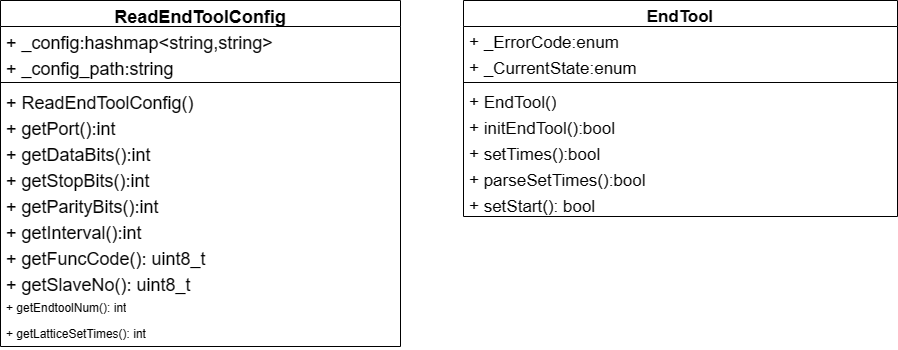
Before: 理疗头类图.drawio.png, a diagram exported from draw.io (Durpe/Drawio). Source tidied: cells renumbered, new cells last; positions are measured from the earlier drawing's top-left corner, leaving out a move shared by most shapes.
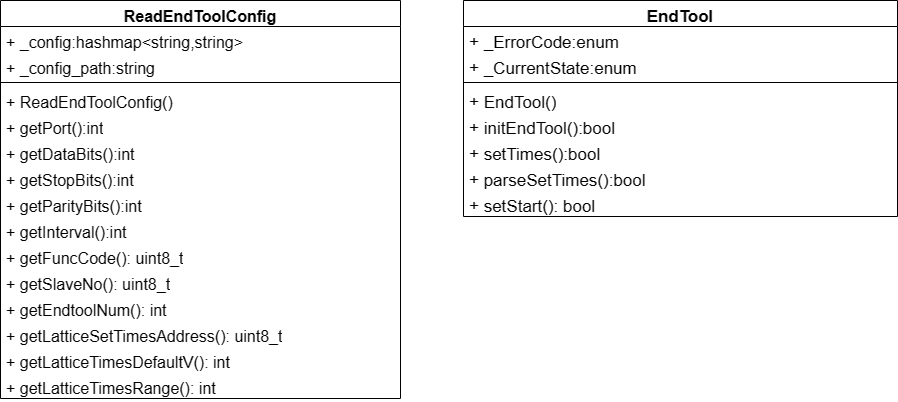
After the change.

Commit message:
更新理疗头类图.drawio.png

What changed in the source:
```diff
@@ -2,48 +2,54 @@
   <root>
     <mxCell id="0" />
     <mxCell id="1" parent="0" />
-    <mxCell id="2" value="ReadEndToolConfig" style="swimlane;fontStyle=1;align=center;verticalAlign=top;horizontal=1;startSize=26;whiteSpace=wrap;html=1;fontSize=18;" parent="1" vertex="1">
-      <mxGeometry width="400" height="346" as="geometry" />
+    <mxCell id="2" value="ReadEndToolConfig" style="swimlane;fontStyle=1;align=center;verticalAlign=top;horizontal=1;startSize=26;whiteSpace=wrap;html=1;fontSize=16;" parent="1" vertex="1">
+      <mxGeometry width="400" height="398" as="geometry" />
     </mxCell>
-    <mxCell id="3" value="+&lt;span style=&quot;white-space: pre; font-size: 18px;&quot;&gt; &lt;/span&gt;_config:hashmap&amp;lt;string,string&amp;gt;&lt;br style=&quot;font-size: 18px;&quot;&gt;" style="text;strokeColor=none;fillColor=none;align=left;verticalAlign=top;spacingLeft=4;spacingRight=4;overflow=hidden;whiteSpace=wrap;html=1;fontSize=18;" parent="2" vertex="1">
+    <mxCell id="3" value="+&lt;span style=&quot;white-space: pre; font-size: 16px;&quot;&gt; &lt;/span&gt;_config:hashmap&amp;lt;string,string&amp;gt;&lt;br style=&quot;font-size: 16px;&quot;&gt;" style="text;strokeColor=none;fillColor=none;align=left;verticalAlign=top;spacingLeft=4;spacingRight=4;overflow=hidden;whiteSpace=wrap;html=1;fontSize=16;" parent="2" vertex="1">
       <mxGeometry y="26" width="400" height="26" as="geometry" />
     </mxCell>
-    <mxCell id="4" value="+&lt;span style=&quot;border-color: var(--border-color); font-size: 18px;&quot;&gt; &lt;/span&gt;&lt;span style=&quot;font-size: 18px;&quot;&gt;_config_path:string&lt;/span&gt;" style="text;strokeColor=none;fillColor=none;align=left;verticalAlign=top;spacingLeft=4;spacingRight=4;overflow=hidden;whiteSpace=wrap;html=1;fontSize=18;" parent="2" vertex="1">
+    <mxCell id="4" value="+&lt;span style=&quot;border-color: var(--border-color); font-size: 16px;&quot;&gt; &lt;/span&gt;&lt;span style=&quot;font-size: 16px;&quot;&gt;_config_path:string&lt;/span&gt;" style="text;strokeColor=none;fillColor=none;align=left;verticalAlign=top;spacingLeft=4;spacingRight=4;overflow=hidden;whiteSpace=wrap;html=1;fontSize=16;" parent="2" vertex="1">
       <mxGeometry y="52" width="400" height="26" as="geometry" />
     </mxCell>
-    <mxCell id="5" style="line;strokeWidth=1;fillColor=none;align=left;verticalAlign=middle;spacingTop=-1;spacingLeft=3;spacingRight=3;labelPosition=right;strokeColor=inherit;fontSize=18;" parent="2" vertex="1">
+    <mxCell id="5" style="line;strokeWidth=1;fillColor=none;align=left;verticalAlign=middle;spacingTop=-1;spacingLeft=3;spacingRight=3;labelPosition=right;strokeColor=inherit;fontSize=16;" parent="2" vertex="1">
       <mxGeometry y="78" width="400" height="8" as="geometry" />
     </mxCell>
-    <mxCell id="6" value="+ ReadEndToolConfig()&lt;br style=&quot;font-size: 18px;&quot;&gt;&lt;br style=&quot;font-size: 18px;&quot;&gt;&lt;br style=&quot;font-size: 18px;&quot;&gt;&lt;br style=&quot;font-size: 18px;&quot;&gt;" style="text;strokeColor=none;fillColor=none;align=left;verticalAlign=top;spacingLeft=4;spacingRight=4;overflow=hidden;whiteSpace=wrap;html=1;fontSize=18;" parent="2" vertex="1">
+    <mxCell id="6" value="+ ReadEndToolConfig()&lt;br style=&quot;font-size: 16px;&quot;&gt;&lt;br style=&quot;font-size: 16px;&quot;&gt;&lt;br style=&quot;font-size: 16px;&quot;&gt;&lt;br style=&quot;font-size: 16px;&quot;&gt;" style="text;strokeColor=none;fillColor=none;align=left;verticalAlign=top;spacingLeft=4;spacingRight=4;overflow=hidden;whiteSpace=wrap;html=1;fontSize=16;" parent="2" vertex="1">
       <mxGeometry y="86" width="400" height="26" as="geometry" />
     </mxCell>
-    <mxCell id="7" value="+&lt;span style=&quot;border-color: var(--border-color); font-size: 18px;&quot;&gt;&amp;nbsp;&lt;/span&gt;&lt;span style=&quot;font-size: 18px;&quot;&gt;getPort():int&lt;/span&gt;" style="text;strokeColor=none;fillColor=none;align=left;verticalAlign=top;spacingLeft=4;spacingRight=4;overflow=hidden;whiteSpace=wrap;html=1;fontSize=18;" parent="2" vertex="1">
+    <mxCell id="7" value="+&lt;span style=&quot;border-color: var(--border-color); font-size: 16px;&quot;&gt;&amp;nbsp;&lt;/span&gt;&lt;span style=&quot;font-size: 16px;&quot;&gt;getPort():int&lt;/span&gt;" style="text;strokeColor=none;fillColor=none;align=left;verticalAlign=top;spacingLeft=4;spacingRight=4;overflow=hidden;whiteSpace=wrap;html=1;fontSize=16;" parent="2" vertex="1">
       <mxGeometry y="112" width="400" height="26" as="geometry" />
     </mxCell>
-    <mxCell id="8" value="+&lt;span style=&quot;border-color: var(--border-color); font-size: 18px;&quot;&gt;&amp;nbsp;&lt;/span&gt;&lt;span style=&quot;font-size: 18px;&quot;&gt;getDataBits():int&lt;/span&gt;" style="text;strokeColor=none;fillColor=none;align=left;verticalAlign=top;spacingLeft=4;spacingRight=4;overflow=hidden;whiteSpace=wrap;html=1;fontSize=18;" parent="2" vertex="1">
+    <mxCell id="8" value="+&lt;span style=&quot;border-color: var(--border-color); font-size: 16px;&quot;&gt;&amp;nbsp;&lt;/span&gt;&lt;span style=&quot;font-size: 16px;&quot;&gt;getDataBits():int&lt;/span&gt;" style="text;strokeColor=none;fillColor=none;align=left;verticalAlign=top;spacingLeft=4;spacingRight=4;overflow=hidden;whiteSpace=wrap;html=1;fontSize=16;" parent="2" vertex="1">
       <mxGeometry y="138" width="400" height="26" as="geometry" />
     </mxCell>
-    <mxCell id="9" value="+&lt;span style=&quot;border-color: var(--border-color); font-size: 18px;&quot;&gt; &lt;/span&gt;&lt;span style=&quot;font-size: 18px;&quot;&gt;getStopBits():int&lt;/span&gt;" style="text;strokeColor=none;fillColor=none;align=left;verticalAlign=top;spacingLeft=4;spacingRight=4;overflow=hidden;whiteSpace=wrap;html=1;fontSize=18;" parent="2" vertex="1">
+    <mxCell id="9" value="+&lt;span style=&quot;border-color: var(--border-color); font-size: 16px;&quot;&gt; &lt;/span&gt;&lt;span style=&quot;font-size: 16px;&quot;&gt;getStopBits():int&lt;/span&gt;" style="text;strokeColor=none;fillColor=none;align=left;verticalAlign=top;spacingLeft=4;spacingRight=4;overflow=hidden;whiteSpace=wrap;html=1;fontSize=16;" parent="2" vertex="1">
       <mxGeometry y="164" width="400" height="26" as="geometry" />
     </mxCell>
-    <mxCell id="10" value="+&amp;nbsp;&lt;span style=&quot;font-size: 18px;&quot;&gt;getParityBits():int&lt;/span&gt;" style="text;strokeColor=none;fillColor=none;align=left;verticalAlign=top;spacingLeft=4;spacingRight=4;overflow=hidden;whiteSpace=wrap;html=1;fontSize=18;" parent="2" vertex="1">
+    <mxCell id="10" value="+&amp;nbsp;&lt;span style=&quot;font-size: 16px;&quot;&gt;getParityBits():int&lt;/span&gt;" style="text;strokeColor=none;fillColor=none;align=left;verticalAlign=top;spacingLeft=4;spacingRight=4;overflow=hidden;whiteSpace=wrap;html=1;fontSize=16;" parent="2" vertex="1">
       <mxGeometry y="190" width="400" height="26" as="geometry" />
     </mxCell>
-    <mxCell id="11" value="+&lt;span style=&quot;border-color: var(--border-color); font-size: 18px;&quot;&gt; &lt;/span&gt;&lt;span style=&quot;font-size: 18px;&quot;&gt;getInterval():int&lt;/span&gt;" style="text;strokeColor=none;fillColor=none;align=left;verticalAlign=top;spacingLeft=4;spacingRight=4;overflow=hidden;whiteSpace=wrap;html=1;fontSize=18;" parent="2" vertex="1">
+    <mxCell id="11" value="+&lt;span style=&quot;border-color: var(--border-color); font-size: 16px;&quot;&gt; &lt;/span&gt;&lt;span style=&quot;font-size: 16px;&quot;&gt;getInterval():int&lt;/span&gt;" style="text;strokeColor=none;fillColor=none;align=left;verticalAlign=top;spacingLeft=4;spacingRight=4;overflow=hidden;whiteSpace=wrap;html=1;fontSize=16;" parent="2" vertex="1">
       <mxGeometry y="216" width="400" height="26" as="geometry" />
     </mxCell>
-    <mxCell id="12" value="+ getFuncCode(): uint8_t" style="text;strokeColor=none;fillColor=none;align=left;verticalAlign=top;spacingLeft=4;spacingRight=4;overflow=hidden;whiteSpace=wrap;html=1;fontSize=18;" parent="2" vertex="1">
+    <mxCell id="12" value="+ getFuncCode(): uint8_t" style="text;strokeColor=none;fillColor=none;align=left;verticalAlign=top;spacingLeft=4;spacingRight=4;overflow=hidden;whiteSpace=wrap;html=1;fontSize=16;" parent="2" vertex="1">
       <mxGeometry y="242" width="400" height="26" as="geometry" />
     </mxCell>
-    <mxCell id="13" value="+ getSlaveNo(): uint8_t" style="text;strokeColor=none;fillColor=none;align=left;verticalAlign=top;spacingLeft=4;spacingRight=4;overflow=hidden;whiteSpace=wrap;html=1;fontSize=18;" parent="2" vertex="1">
+    <mxCell id="13" value="+ getSlaveNo(): uint8_t" style="text;strokeColor=none;fillColor=none;align=left;verticalAlign=top;spacingLeft=4;spacingRight=4;overflow=hidden;whiteSpace=wrap;html=1;fontSize=16;" parent="2" vertex="1">
       <mxGeometry y="268" width="400" height="26" as="geometry" />
     </mxCell>
-    <mxCell id="14" value="+ getEndtoolNum(): int" style="text;strokeColor=none;fillColor=none;align=left;verticalAlign=top;spacingLeft=4;spacingRight=4;overflow=hidden;whiteSpace=wrap;html=1;" parent="2" vertex="1">
+    <mxCell id="14" value="+ getEndtoolNum(): int" style="text;strokeColor=none;fillColor=none;align=left;verticalAlign=top;spacingLeft=4;spacingRight=4;overflow=hidden;whiteSpace=wrap;html=1;fontSize=16;" parent="2" vertex="1">
       <mxGeometry y="294" width="400" height="26" as="geometry" />
     </mxCell>
-    <mxCell id="15" value="+ getLatticeSetTimes(): int" style="text;strokeColor=none;fillColor=none;align=left;verticalAlign=top;spacingLeft=4;spacingRight=4;overflow=hidden;whiteSpace=wrap;html=1;" parent="2" vertex="1">
+    <mxCell id="15" value="+ getLatticeSetTimesAddress(): uint8_t" style="text;strokeColor=none;fillColor=none;align=left;verticalAlign=top;spacingLeft=4;spacingRight=4;overflow=hidden;whiteSpace=wrap;html=1;fontSize=16;" parent="2" vertex="1">
       <mxGeometry y="320" width="400" height="26" as="geometry" />
     </mxCell>
+    <mxCell id="25" value="+ getLatticeTimesDefaultV(): int" style="text;strokeColor=none;fillColor=none;align=left;verticalAlign=top;spacingLeft=4;spacingRight=4;overflow=hidden;whiteSpace=wrap;html=1;fontSize=16;" parent="2" vertex="1">
+      <mxGeometry y="346" width="400" height="26" as="geometry" />
+    </mxCell>
+    <mxCell id="26" value="+ getLatticeTimesRange(): int" style="text;strokeColor=none;fillColor=none;align=left;verticalAlign=top;spacingLeft=4;spacingRight=4;overflow=hidden;whiteSpace=wrap;html=1;fontSize=16;" parent="2" vertex="1">
+      <mxGeometry y="372" width="400" height="26" as="geometry" />
+    </mxCell>
     <mxCell id="16" value="EndTool" style="swimlane;fontStyle=1;align=center;verticalAlign=top;horizontal=1;startSize=26;whiteSpace=wrap;html=1;fontSize=17;" parent="1" vertex="1">
       <mxGeometry x="463" width="434" height="216" as="geometry" />
     </mxCell>
```
